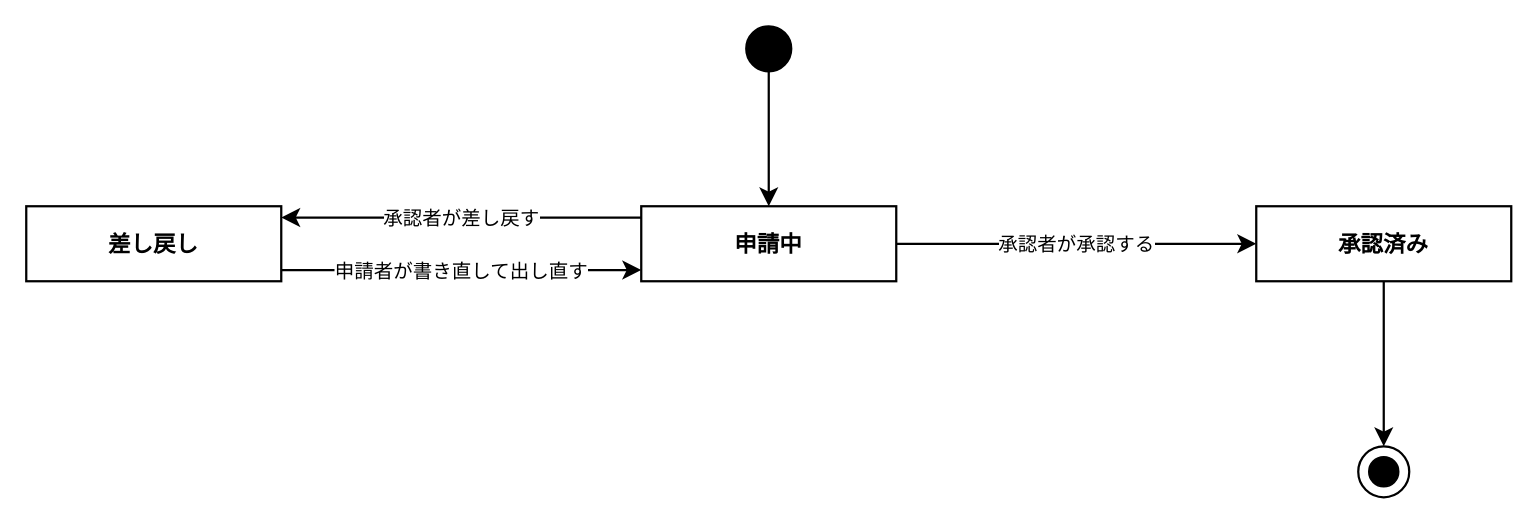
The draw.io diagram image/diagram-src/13-8-3_3.drawio in coachtech-material/pj-ct-newtext, before the edit. Source tidied: cells renumbered, new cells numbered last; positions are measured from the earlier drawing's top-left corner, leaving out a move shared by most shapes. Both pictures are drawn from the tidied source at 150%, with x=0, y=0 at pixel (26, 26).
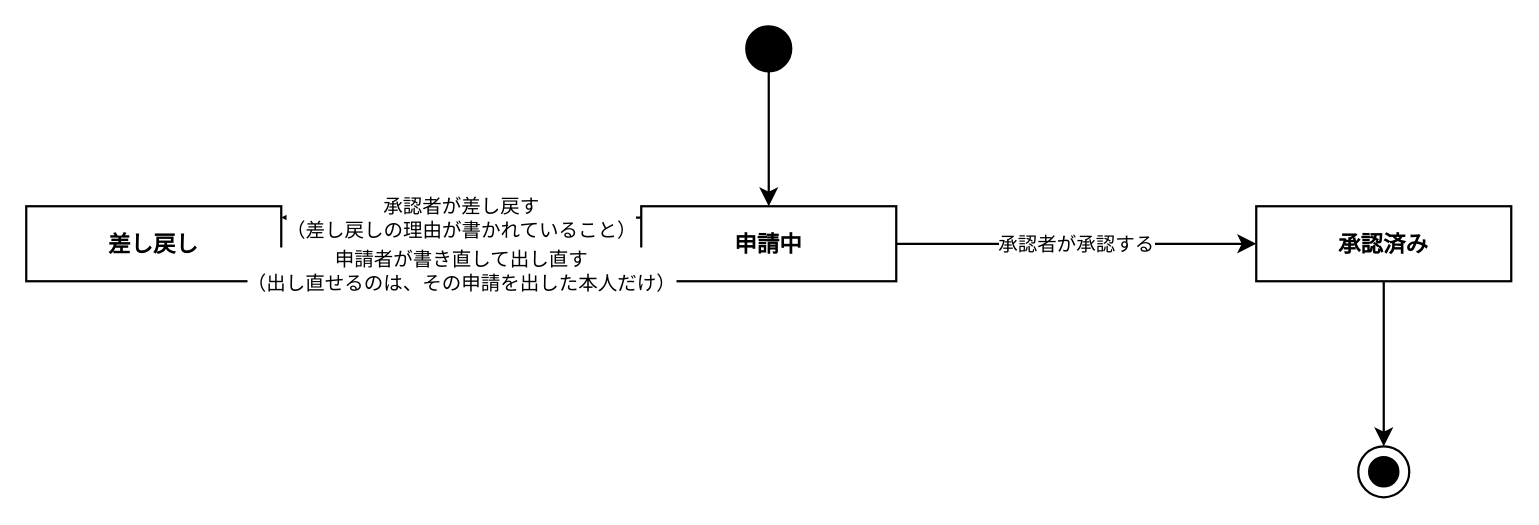
The same page after the edit.

What changed in the source:
```diff
@@
 <mxGraphModel>
   <root>
     <mxCell id="0" />
     <mxCell id="1" parent="0" />
     <mxCell id="2" style="ellipse;whiteSpace=wrap;html=1;fillColor=#000000;strokeColor=#000000;strokeWidth=1.5;" parent="1" vertex="1">
       <mxGeometry x="480" width="30" height="30" as="geometry" />
     </mxCell>
     <mxCell id="3" value="申請中" style="rounded=0;whiteSpace=wrap;html=1;fontSize=15;fontStyle=1;strokeWidth=1.5;" parent="1" vertex="1">
       <mxGeometry x="410" y="120" width="170" height="50" as="geometry" />
     </mxCell>
     <mxCell id="4" value="差し戻し" style="rounded=0;whiteSpace=wrap;html=1;fontSize=15;fontStyle=1;strokeWidth=1.5;" parent="1" vertex="1">
       <mxGeometry y="120" width="170" height="50" as="geometry" />
     </mxCell>
     <mxCell id="5" value="承認済み" style="rounded=0;whiteSpace=wrap;html=1;fontSize=15;fontStyle=1;strokeWidth=1.5;" parent="1" vertex="1">
       <mxGeometry x="820" y="120" width="170" height="50" as="geometry" />
     </mxCell>
     <mxCell id="6" style="ellipse;whiteSpace=wrap;html=1;fillColor=none;strokeColor=#000000;strokeWidth=1.5;" parent="1" vertex="1">
       <mxGeometry x="888" y="280" width="34" height="34" as="geometry" />
     </mxCell>
     <mxCell id="7" style="ellipse;whiteSpace=wrap;html=1;fillColor=#000000;strokeColor=#000000;strokeWidth=1;" parent="1" vertex="1">
       <mxGeometry x="895" y="287" width="20" height="20" as="geometry" />
     </mxCell>
     <mxCell id="8" style="html=1;rounded=0;strokeWidth=1.5;fontSize=13;labelBackgroundColor=#FFFFFF;endArrow=classic;endFill=1;endSize=8;exitX=0.5;exitY=1;exitDx=0;exitDy=0;entryX=0.5;entryY=0;entryDx=0;entryDy=0;" parent="1" edge="1" source="2" target="3">
       <mxGeometry relative="1" as="geometry" />
     </mxCell>
-    <mxCell id="9" value="承認者が差し戻す" style="html=1;rounded=0;strokeWidth=1.5;fontSize=13;labelBackgroundColor=#FFFFFF;endArrow=classic;endFill=1;endSize=8;exitX=0;exitY=0.15;exitDx=0;exitDy=0;entryX=1;entryY=0.15;entryDx=0;entryDy=0;" parent="1" edge="1" source="3" target="4">
+    <mxCell id="9" value="承認者が差し戻す&#10;（差し戻しの理由が書かれていること）" style="html=1;rounded=0;strokeWidth=1.5;fontSize=13;labelBackgroundColor=#FFFFFF;endArrow=classic;endFill=1;endSize=8;exitX=0;exitY=0.15;exitDx=0;exitDy=0;entryX=1;entryY=0.15;entryDx=0;entryDy=0;" parent="1" edge="1" source="3" target="4">
       <mxGeometry relative="1" as="geometry" />
     </mxCell>
-    <mxCell id="10" value="申請者が書き直して出し直す" style="html=1;rounded=0;strokeWidth=1.5;fontSize=13;labelBackgroundColor=#FFFFFF;endArrow=classic;endFill=1;endSize=8;exitX=1;exitY=0.85;exitDx=0;exitDy=0;entryX=0;entryY=0.85;entryDx=0;entryDy=0;" parent="1" edge="1" source="4" target="3">
+    <mxCell id="10" value="申請者が書き直して出し直す&#10;（出し直せるのは、その申請を出した本人だけ）" style="html=1;rounded=0;strokeWidth=1.5;fontSize=13;labelBackgroundColor=#FFFFFF;endArrow=classic;endFill=1;endSize=8;exitX=1;exitY=0.85;exitDx=0;exitDy=0;entryX=0;entryY=0.85;entryDx=0;entryDy=0;" parent="1" edge="1" source="4" target="3">
       <mxGeometry relative="1" as="geometry" />
     </mxCell>
     <mxCell id="11" value="承認者が承認する" style="html=1;rounded=0;strokeWidth=1.5;fontSize=13;labelBackgroundColor=#FFFFFF;endArrow=classic;endFill=1;endSize=8;exitX=1;exitY=0.5;exitDx=0;exitDy=0;entryX=0;entryY=0.5;entryDx=0;entryDy=0;" parent="1" edge="1" source="3" target="5">
       <mxGeometry relative="1" as="geometry" />
     </mxCell>
     <mxCell id="12" style="html=1;rounded=0;strokeWidth=1.5;fontSize=13;labelBackgroundColor=#FFFFFF;endArrow=classic;endFill=1;endSize=8;exitX=0.5;exitY=1;exitDx=0;exitDy=0;entryX=0.5;entryY=0;entryDx=0;entryDy=0;" parent="1" edge="1" source="5" target="6">
       <mxGeometry relative="1" as="geometry" />
     </mxCell>
   </root>
 </mxGraphModel>
```
